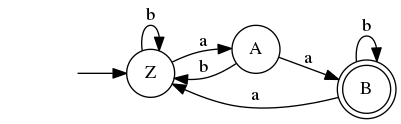
The Graphviz diagram graph.png in dmarkov00/practical-automata, before a commit. Its source is kept beside it as graph.dot. Source of this version:
```dot
digraph myAutomaton {
rankdir=LR;
"" [shape=none]

"Z" [shape=circle]
"A" [shape=circle]
"B" [shape=doublecircle]
"" -> "Z"
"Z" -> "A"[label="a"]
"Z" -> "Z"[label="b"]
"A" -> "Z"[label="b"]
"A" -> "B"[label="a"]
"B" -> "B"[label="b"]
"B" -> "Z"[label="a"]
}
```
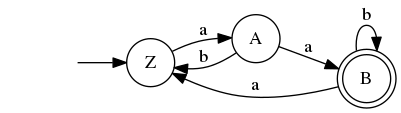
After the change.

What changed in the source:
```diff
@@ -7,7 +7,6 @@
 "B" [shape=doublecircle]
 "" -> "Z"
 "Z" -> "A"[label="a"]
-"Z" -> "Z"[label="b"]
 "A" -> "Z"[label="b"]
 "A" -> "B"[label="a"]
 "B" -> "B"[label="b"]
```
